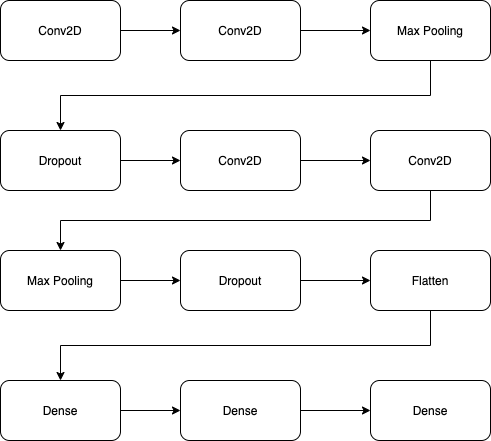
This is Report/Images/model.png from sareenv/Pigmented-Skin-Lessions-Classifier, a draw.io export, as it was before one commit. Source tidied: cells renumbered, new cells last; positions are measured from the earlier drawing's top-left corner, leaving out a move shared by most shapes.
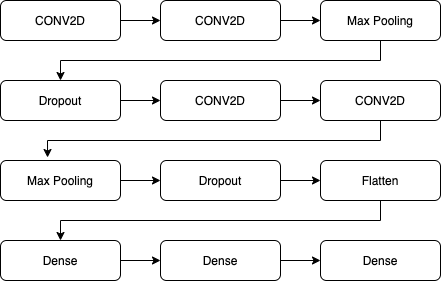
The same diagram one commit later.

The edit, as a diff of the source:
```diff
@@ -2,74 +2,74 @@
   <root>
     <mxCell id="0" />
     <mxCell id="1" parent="0" />
-    <mxCell id="2" style="edgeStyle=orthogonalEdgeStyle;rounded=0;jettySize=auto;html=1;exitX=1;exitY=0.5;exitDx=0;exitDy=0;entryX=0;entryY=0.5;entryDx=0;entryDy=0;" parent="1" edge="1" source="3" target="5">
-      <mxGeometry relative="1" as="geometry" />
-    </mxCell>
-    <mxCell id="3" value="Conv2D" style="rounded=1;whiteSpace=wrap;html=1;" parent="1" vertex="1">
-      <mxGeometry width="120" height="60" as="geometry" />
-    </mxCell>
-    <mxCell id="4" style="edgeStyle=orthogonalEdgeStyle;rounded=0;jettySize=auto;html=1;exitX=1;exitY=0.5;exitDx=0;exitDy=0;" parent="1" edge="1" source="5" target="7">
-      <mxGeometry relative="1" as="geometry" />
-    </mxCell>
-    <mxCell id="5" value="&lt;meta charset=&quot;utf-8&quot;&gt;&lt;span style=&quot;font-family: Helvetica; font-size: 12px; font-style: normal; font-variant-ligatures: normal; font-variant-caps: normal; font-weight: 400; letter-spacing: normal; orphans: 2; text-align: center; text-indent: 0px; text-transform: none; widows: 2; word-spacing: 0px; -webkit-text-stroke-width: 0px; text-decoration-style: initial; text-decoration-color: initial; float: none; display: inline !important;&quot;&gt;Conv2D&lt;/span&gt;" style="rounded=1;whiteSpace=wrap;html=1;" parent="1" vertex="1">
-      <mxGeometry x="180" width="120" height="60" as="geometry" />
-    </mxCell>
-    <mxCell id="6" style="edgeStyle=orthogonalEdgeStyle;rounded=0;jettySize=auto;html=1;exitX=0.5;exitY=1;exitDx=0;exitDy=0;entryX=0.5;entryY=0;entryDx=0;entryDy=0;" parent="1" edge="1" source="7" target="9">
-      <mxGeometry relative="1" as="geometry" />
-    </mxCell>
-    <mxCell id="7" value="Max Pooling" style="rounded=1;whiteSpace=wrap;html=1;" parent="1" vertex="1">
-      <mxGeometry x="370" width="120" height="60" as="geometry" />
-    </mxCell>
-    <mxCell id="8" style="edgeStyle=orthogonalEdgeStyle;rounded=0;jettySize=auto;html=1;exitX=1;exitY=0.5;exitDx=0;exitDy=0;entryX=0;entryY=0.5;entryDx=0;entryDy=0;" parent="1" edge="1" source="9" target="11">
-      <mxGeometry relative="1" as="geometry" />
-    </mxCell>
+    <mxCell id="25" style="edgeStyle=orthogonalEdgeStyle;rounded=0;jettySize=auto;html=1;exitX=1;exitY=0.5;exitDx=0;exitDy=0;" parent="1" edge="1" source="26" target="28">
+      <mxGeometry relative="1" as="geometry" />
+    </mxCell>
+    <mxCell id="26" value="CONV2D" style="rounded=1;whiteSpace=wrap;html=1;" parent="1" vertex="1">
+      <mxGeometry x="70" y="10" width="120" height="40" as="geometry" />
+    </mxCell>
+    <mxCell id="27" style="edgeStyle=orthogonalEdgeStyle;rounded=0;jettySize=auto;html=1;exitX=1;exitY=0.5;exitDx=0;exitDy=0;entryX=0;entryY=0.5;entryDx=0;entryDy=0;" parent="1" edge="1" source="28" target="30">
+      <mxGeometry relative="1" as="geometry" />
+    </mxCell>
+    <mxCell id="28" value="&lt;meta charset=&quot;utf-8&quot;&gt;&lt;span style=&quot;font-family: Helvetica; font-size: 12px; font-style: normal; font-variant-ligatures: normal; font-variant-caps: normal; font-weight: 400; letter-spacing: normal; orphans: 2; text-align: center; text-indent: 0px; text-transform: none; widows: 2; word-spacing: 0px; -webkit-text-stroke-width: 0px; text-decoration-style: initial; text-decoration-color: initial; float: none; display: inline !important;&quot;&gt;CONV2D&lt;/span&gt;" style="rounded=1;whiteSpace=wrap;html=1;" parent="1" vertex="1">
+      <mxGeometry x="230" y="10" width="120" height="40" as="geometry" />
+    </mxCell>
+    <mxCell id="29" style="edgeStyle=orthogonalEdgeStyle;rounded=0;jettySize=auto;html=1;exitX=0.5;exitY=1;exitDx=0;exitDy=0;entryX=0.5;entryY=0;entryDx=0;entryDy=0;" parent="1" edge="1" source="30" target="9">
+      <mxGeometry relative="1" as="geometry" />
+    </mxCell>
+    <mxCell id="30" value="Max Pooling" style="rounded=1;whiteSpace=wrap;html=1;" parent="1" vertex="1">
+      <mxGeometry x="390" y="10" width="120" height="40" as="geometry" />
+    </mxCell>
+    <mxCell id="31" style="edgeStyle=orthogonalEdgeStyle;rounded=0;jettySize=auto;html=1;exitX=1;exitY=0.5;exitDx=0;exitDy=0;entryX=0;entryY=0.5;entryDx=0;entryDy=0;" parent="1" edge="1" source="9" target="33">
+      <mxGeometry relative="1" as="geometry" />
+    </mxCell>
     <mxCell id="9" value="Dropout" style="rounded=1;whiteSpace=wrap;html=1;" parent="1" vertex="1">
-      <mxGeometry y="130" width="120" height="60" as="geometry" />
+      <mxGeometry x="70" y="90" width="120" height="40" as="geometry" />
     </mxCell>
-    <mxCell id="10" style="edgeStyle=orthogonalEdgeStyle;rounded=0;jettySize=auto;html=1;exitX=1;exitY=0.5;exitDx=0;exitDy=0;entryX=0;entryY=0.5;entryDx=0;entryDy=0;" parent="1" edge="1" source="11" target="13">
-      <mxGeometry relative="1" as="geometry" />
-    </mxCell>
-    <mxCell id="11" value="&lt;span style=&quot;font-family: &amp;#34;helvetica&amp;#34;&quot;&gt;Conv2D&lt;/span&gt;" style="rounded=1;whiteSpace=wrap;html=1;" parent="1" vertex="1">
-      <mxGeometry x="180" y="130" width="120" height="60" as="geometry" />
-    </mxCell>
-    <mxCell id="12" style="edgeStyle=orthogonalEdgeStyle;rounded=0;jettySize=auto;html=1;exitX=0.5;exitY=1;exitDx=0;exitDy=0;entryX=0.5;entryY=0;entryDx=0;entryDy=0;" parent="1" edge="1" source="13" target="15">
-      <mxGeometry relative="1" as="geometry" />
-    </mxCell>
-    <mxCell id="13" value="&lt;span style=&quot;font-family: &amp;#34;helvetica&amp;#34;&quot;&gt;Conv2D&lt;/span&gt;" style="rounded=1;whiteSpace=wrap;html=1;" parent="1" vertex="1">
-      <mxGeometry x="370" y="130" width="120" height="60" as="geometry" />
-    </mxCell>
-    <mxCell id="14" style="edgeStyle=orthogonalEdgeStyle;rounded=0;jettySize=auto;html=1;exitX=1;exitY=0.5;exitDx=0;exitDy=0;entryX=0;entryY=0.5;entryDx=0;entryDy=0;" parent="1" edge="1" source="15" target="17">
-      <mxGeometry relative="1" as="geometry" />
-    </mxCell>
-    <mxCell id="15" value="&lt;meta charset=&quot;utf-8&quot;&gt;&lt;span style=&quot;font-family: Helvetica; font-size: 12px; font-style: normal; font-variant-ligatures: normal; font-variant-caps: normal; font-weight: 400; letter-spacing: normal; orphans: 2; text-align: center; text-indent: 0px; text-transform: none; widows: 2; word-spacing: 0px; -webkit-text-stroke-width: 0px; text-decoration-style: initial; text-decoration-color: initial; float: none; display: inline !important;&quot;&gt;Max Pooling&lt;/span&gt;" style="rounded=1;whiteSpace=wrap;html=1;" parent="1" vertex="1">
-      <mxGeometry y="250" width="120" height="60" as="geometry" />
-    </mxCell>
+    <mxCell id="32" style="edgeStyle=orthogonalEdgeStyle;rounded=0;jettySize=auto;html=1;exitX=1;exitY=0.5;exitDx=0;exitDy=0;entryX=0;entryY=0.5;entryDx=0;entryDy=0;" parent="1" edge="1" source="33" target="35">
+      <mxGeometry relative="1" as="geometry" />
+    </mxCell>
+    <mxCell id="33" value="&lt;span&gt;CONV2D&lt;/span&gt;" style="rounded=1;whiteSpace=wrap;html=1;" parent="1" vertex="1">
+      <mxGeometry x="230" y="90" width="120" height="40" as="geometry" />
+    </mxCell>
+    <mxCell id="34" style="edgeStyle=orthogonalEdgeStyle;rounded=0;jettySize=auto;html=1;exitX=0.5;exitY=1;exitDx=0;exitDy=0;entryX=0.392;entryY=-0.075;entryDx=0;entryDy=0;entryPerimeter=0;" parent="1" edge="1" source="35" target="37">
+      <mxGeometry relative="1" as="geometry" />
+    </mxCell>
+    <mxCell id="35" value="&lt;meta charset=&quot;utf-8&quot;&gt;&lt;span style=&quot;font-family: Helvetica; font-size: 12px; font-style: normal; font-variant-ligatures: normal; font-variant-caps: normal; font-weight: 400; letter-spacing: normal; orphans: 2; text-align: center; text-indent: 0px; text-transform: none; widows: 2; word-spacing: 0px; -webkit-text-stroke-width: 0px; text-decoration-style: initial; text-decoration-color: initial; float: none; display: inline !important;&quot;&gt;CONV2D&lt;/span&gt;" style="rounded=1;whiteSpace=wrap;html=1;" parent="1" vertex="1">
+      <mxGeometry x="390" y="90" width="120" height="40" as="geometry" />
+    </mxCell>
+    <mxCell id="36" style="edgeStyle=orthogonalEdgeStyle;rounded=0;jettySize=auto;html=1;exitX=1;exitY=0.5;exitDx=0;exitDy=0;" parent="1" edge="1" source="37" target="17">
+      <mxGeometry relative="1" as="geometry" />
+    </mxCell>
+    <mxCell id="37" value="Max Pooling" style="rounded=1;whiteSpace=wrap;html=1;" parent="1" vertex="1">
+      <mxGeometry x="70" y="170" width="120" height="40" as="geometry" />
+    </mxCell>
-    <mxCell id="16" style="edgeStyle=orthogonalEdgeStyle;rounded=0;jettySize=auto;html=1;exitX=1;exitY=0.5;exitDx=0;exitDy=0;entryX=0;entryY=0.5;entryDx=0;entryDy=0;" parent="1" edge="1" source="17" target="19">
+    <mxCell id="16" style="edgeStyle=orthogonalEdgeStyle;rounded=0;jettySize=auto;html=1;exitX=1;exitY=0.5;exitDx=0;exitDy=0;" parent="1" edge="1" source="17" target="19">
       <mxGeometry relative="1" as="geometry" />
     </mxCell>
-    <mxCell id="17" value="&lt;meta charset=&quot;utf-8&quot;&gt;&lt;span style=&quot;font-family: Helvetica; font-size: 12px; font-style: normal; font-variant-ligatures: normal; font-variant-caps: normal; font-weight: 400; letter-spacing: normal; orphans: 2; text-align: center; text-indent: 0px; text-transform: none; widows: 2; word-spacing: 0px; -webkit-text-stroke-width: 0px; text-decoration-style: initial; text-decoration-color: initial; float: none; display: inline !important;&quot;&gt;Dropout&lt;/span&gt;" style="rounded=1;whiteSpace=wrap;html=1;" parent="1" vertex="1">
-      <mxGeometry x="180" y="250" width="120" height="60" as="geometry" />
+    <mxCell id="17" value="&lt;span&gt;Dropout&lt;/span&gt;" style="rounded=1;whiteSpace=wrap;html=1;" parent="1" vertex="1">
+      <mxGeometry x="230" y="170" width="120" height="40" as="geometry" />
     </mxCell>
-    <mxCell id="18" style="edgeStyle=orthogonalEdgeStyle;rounded=0;jettySize=auto;html=1;exitX=0.5;exitY=1;exitDx=0;exitDy=0;entryX=0.5;entryY=0;entryDx=0;entryDy=0;" parent="1" edge="1" source="19" target="21">
-      <mxGeometry relative="1" as="geometry" />
-    </mxCell>
+    <mxCell id="38" style="edgeStyle=orthogonalEdgeStyle;rounded=0;jettySize=auto;html=1;exitX=0.5;exitY=1;exitDx=0;exitDy=0;entryX=0.5;entryY=0;entryDx=0;entryDy=0;" parent="1" edge="1" source="19" target="40">
+      <mxGeometry relative="1" as="geometry" />
+    </mxCell>
     <mxCell id="19" value="Flatten" style="rounded=1;whiteSpace=wrap;html=1;" parent="1" vertex="1">
-      <mxGeometry x="370" y="250" width="120" height="60" as="geometry" />
+      <mxGeometry x="390" y="170" width="120" height="40" as="geometry" />
     </mxCell>
-    <mxCell id="20" style="edgeStyle=orthogonalEdgeStyle;rounded=0;jettySize=auto;html=1;exitX=1;exitY=0.5;exitDx=0;exitDy=0;entryX=0;entryY=0.5;entryDx=0;entryDy=0;" parent="1" edge="1" source="21" target="23">
-      <mxGeometry relative="1" as="geometry" />
-    </mxCell>
-    <mxCell id="21" value="&lt;span style=&quot;font-family: &amp;#34;helvetica&amp;#34; ; font-size: 12px ; font-style: normal ; font-weight: 400 ; letter-spacing: normal ; text-align: center ; text-indent: 0px ; text-transform: none ; word-spacing: 0px ; float: none ; display: inline&quot;&gt;Dense&lt;/span&gt;" style="rounded=1;whiteSpace=wrap;html=1;" parent="1" vertex="1">
-      <mxGeometry y="380" width="120" height="60" as="geometry" />
-    </mxCell>
-    <mxCell id="22" style="edgeStyle=orthogonalEdgeStyle;rounded=0;jettySize=auto;html=1;exitX=1;exitY=0.5;exitDx=0;exitDy=0;entryX=0;entryY=0.5;entryDx=0;entryDy=0;" parent="1" edge="1" source="23" target="24">
-      <mxGeometry relative="1" as="geometry" />
-    </mxCell>
-    <mxCell id="23" value="&lt;span style=&quot;font-family: &amp;#34;helvetica&amp;#34;&quot;&gt;Dense&lt;/span&gt;" style="rounded=1;whiteSpace=wrap;html=1;" parent="1" vertex="1">
-      <mxGeometry x="180" y="380" width="120" height="60" as="geometry" />
-    </mxCell>
-    <mxCell id="24" value="&lt;span style=&quot;font-family: &amp;#34;helvetica&amp;#34;&quot;&gt;Dense&lt;/span&gt;" style="rounded=1;whiteSpace=wrap;html=1;" parent="1" vertex="1">
-      <mxGeometry x="370" y="380" width="120" height="60" as="geometry" />
-    </mxCell>
+    <mxCell id="39" style="edgeStyle=orthogonalEdgeStyle;rounded=0;jettySize=auto;html=1;exitX=1;exitY=0.5;exitDx=0;exitDy=0;entryX=0;entryY=0.5;entryDx=0;entryDy=0;" parent="1" edge="1" source="40" target="42">
+      <mxGeometry relative="1" as="geometry" />
+    </mxCell>
+    <mxCell id="40" value="Dense" style="rounded=1;whiteSpace=wrap;html=1;" parent="1" vertex="1">
+      <mxGeometry x="70" y="250" width="120" height="40" as="geometry" />
+    </mxCell>
+    <mxCell id="41" style="edgeStyle=orthogonalEdgeStyle;rounded=0;jettySize=auto;html=1;exitX=1;exitY=0.5;exitDx=0;exitDy=0;entryX=0;entryY=0.5;entryDx=0;entryDy=0;" parent="1" edge="1" source="42" target="43">
+      <mxGeometry relative="1" as="geometry" />
+    </mxCell>
+    <mxCell id="42" value="&lt;meta charset=&quot;utf-8&quot;&gt;&lt;span style=&quot;font-family: Helvetica; font-size: 12px; font-style: normal; font-variant-ligatures: normal; font-variant-caps: normal; font-weight: 400; letter-spacing: normal; orphans: 2; text-align: center; text-indent: 0px; text-transform: none; widows: 2; word-spacing: 0px; -webkit-text-stroke-width: 0px; text-decoration-style: initial; text-decoration-color: initial; float: none; display: inline !important;&quot;&gt;Dense&lt;/span&gt;" style="rounded=1;whiteSpace=wrap;html=1;" parent="1" vertex="1">
+      <mxGeometry x="230" y="250" width="120" height="40" as="geometry" />
+    </mxCell>
+    <mxCell id="43" value="&lt;meta charset=&quot;utf-8&quot;&gt;&lt;span style=&quot;font-family: Helvetica; font-size: 12px; font-style: normal; font-variant-ligatures: normal; font-variant-caps: normal; font-weight: 400; letter-spacing: normal; orphans: 2; text-align: center; text-indent: 0px; text-transform: none; widows: 2; word-spacing: 0px; -webkit-text-stroke-width: 0px; text-decoration-style: initial; text-decoration-color: initial; float: none; display: inline !important;&quot;&gt;Dense&lt;/span&gt;" style="rounded=1;whiteSpace=wrap;html=1;" parent="1" vertex="1">
+      <mxGeometry x="390" y="250" width="120" height="40" as="geometry" />
+    </mxCell>
   </root>
 </mxGraphModel>
```
